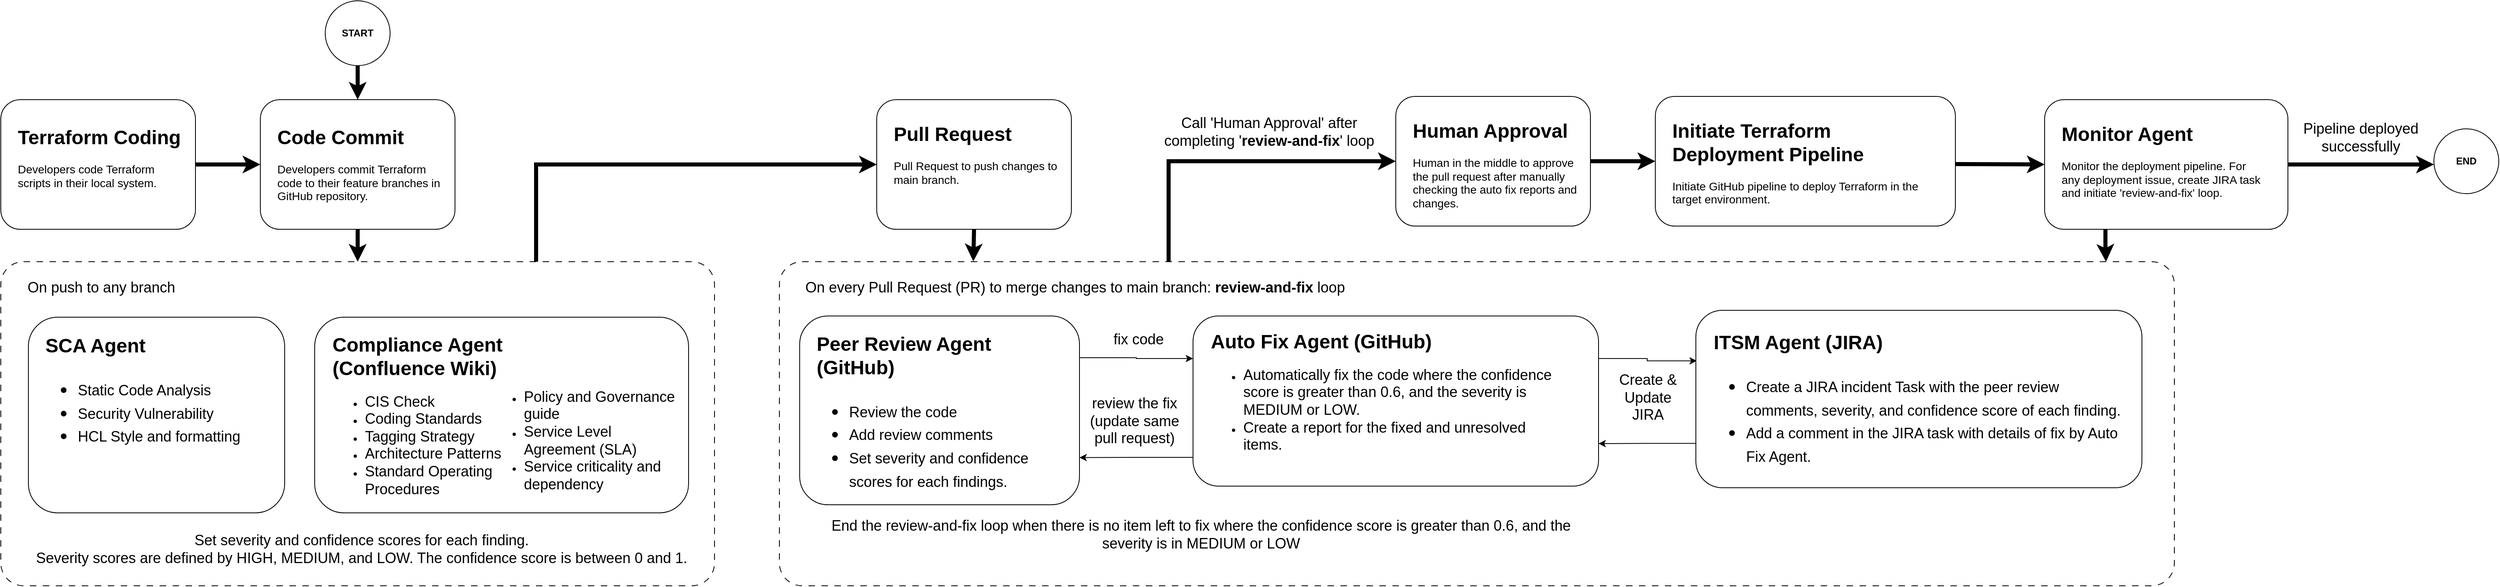
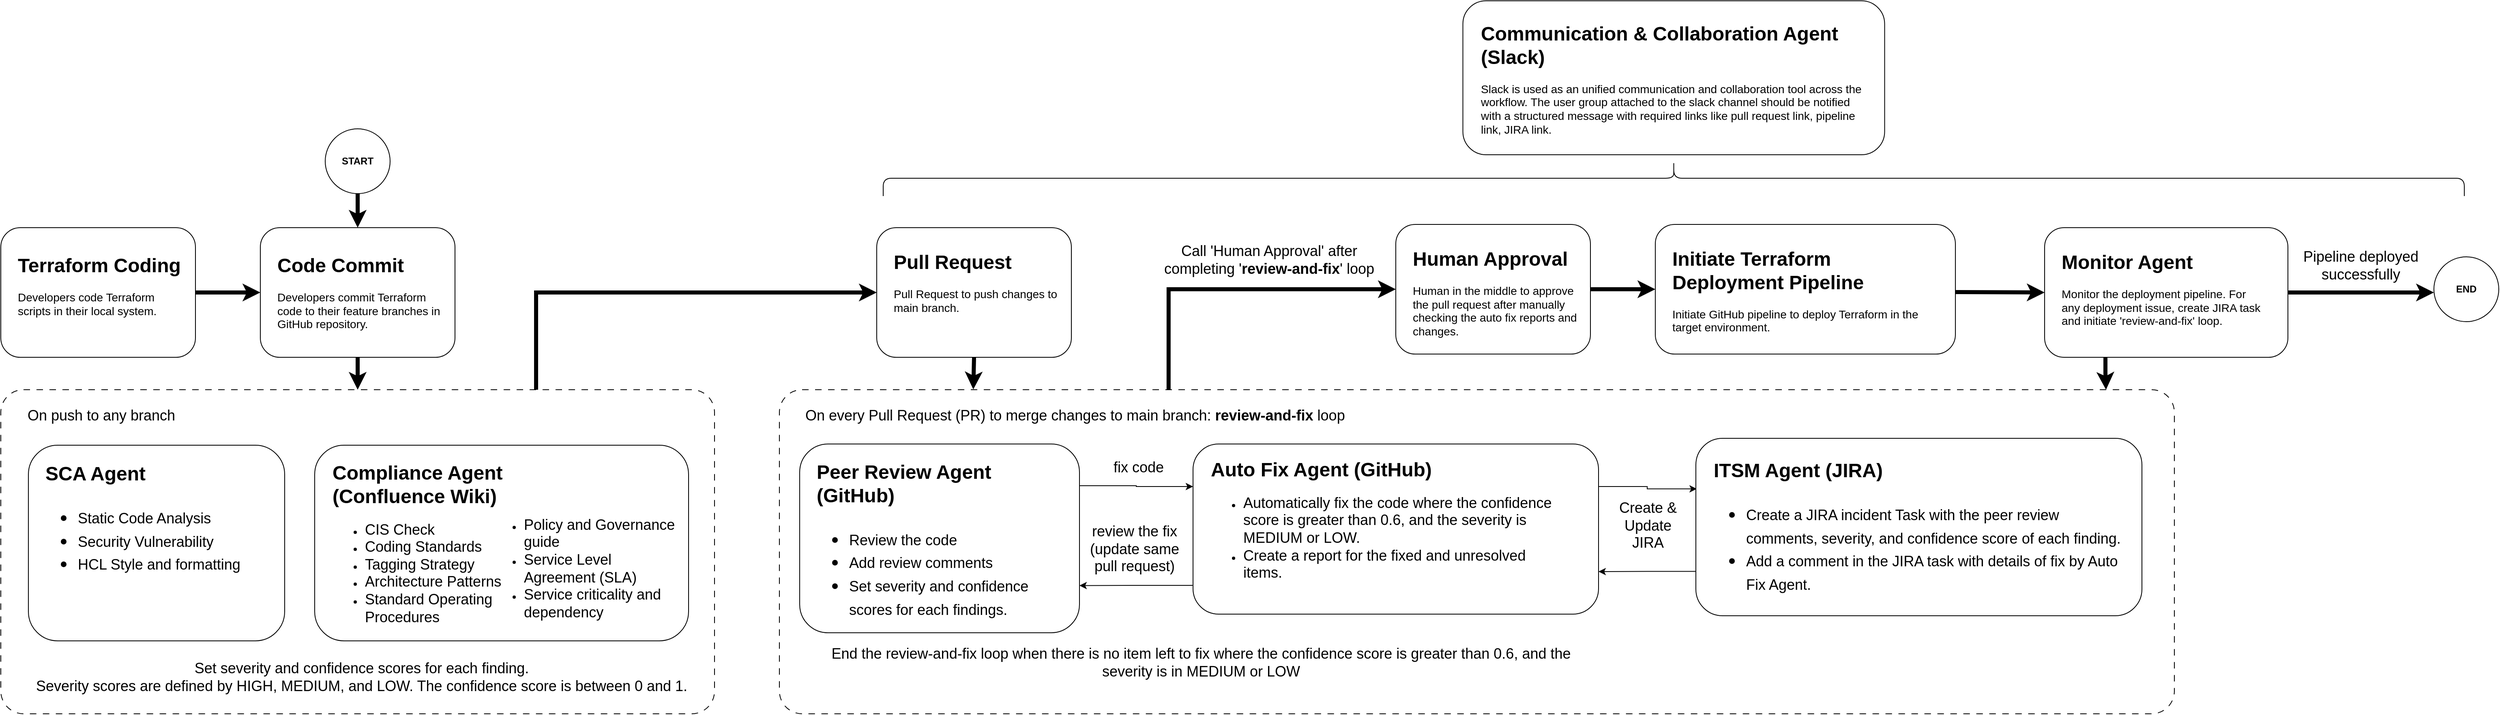
<mxfile host="app.diagrams.net">
-   <diagram name="Page-1" id="llQ14HlxIDWXj9B5HY60">
-     <mxGraphModel dx="1006" dy="638" grid="1" gridSize="10" guides="1" tooltips="1" connect="1" arrows="1" fold="1" page="1" pageScale="1" pageWidth="850" pageHeight="1100" math="0" shadow="0">
+   <diagram name="process-flow" id="llQ14HlxIDWXj9B5HY60">
+     <mxGraphModel dx="1245" dy="1738" grid="1" gridSize="10" guides="1" tooltips="1" connect="1" arrows="1" fold="1" page="1" pageScale="1" pageWidth="850" pageHeight="1100" math="0" shadow="0">
      <root>
        <mxCell id="0" />
        <mxCell id="1" parent="0" />
        <mxCell id="IWc9zJM8tDhvkjJ2dRjy-13" edge="1" parent="1" source="IWc9zJM8tDhvkjJ2dRjy-5" style="edgeStyle=orthogonalEdgeStyle;rounded=0;orthogonalLoop=1;jettySize=auto;html=1;entryX=0;entryY=0.5;entryDx=0;entryDy=0;exitX=0.75;exitY=0;exitDx=0;exitDy=0;strokeWidth=5;" target="IWc9zJM8tDhvkjJ2dRjy-1">
          <mxGeometry relative="1" as="geometry" />
        </mxCell>
        <mxCell id="oJW8UGhNAXkty13G2p3x-1" parent="1" style="rounded=1;whiteSpace=wrap;html=1;" value="" vertex="1">
          <mxGeometry height="160" width="240" x="440" y="200" as="geometry" />
        </mxCell>
        <mxCell id="oJW8UGhNAXkty13G2p3x-3" parent="1" style="text;html=1;whiteSpace=wrap;overflow=hidden;rounded=0;" value="&lt;h1 style=&quot;margin-top: 0px;&quot;&gt;Code Commit&lt;/h1&gt;&lt;p&gt;&lt;font style=&quot;font-size: 14px;&quot;&gt;Developers commit Terraform code to their feature branches in GitHub repository.&lt;/font&gt;&lt;/p&gt;" vertex="1">
          <mxGeometry height="100" width="210" x="459" y="226" as="geometry" />
        </mxCell>
        <mxCell id="IWc9zJM8tDhvkjJ2dRjy-35" edge="1" parent="1" source="IWc9zJM8tDhvkjJ2dRjy-14" style="edgeStyle=orthogonalEdgeStyle;rounded=0;orthogonalLoop=1;jettySize=auto;html=1;entryX=0;entryY=0.5;entryDx=0;entryDy=0;exitX=0.279;exitY=0.025;exitDx=0;exitDy=0;exitPerimeter=0;strokeWidth=5;" target="IWc9zJM8tDhvkjJ2dRjy-33">
          <mxGeometry relative="1" as="geometry">
            <Array as="points">
              <mxPoint x="1560" y="276" />
            </Array>
          </mxGeometry>
        </mxCell>
        <mxCell id="IWc9zJM8tDhvkjJ2dRjy-1" parent="1" style="rounded=1;whiteSpace=wrap;html=1;" value="" vertex="1">
          <mxGeometry height="160" width="240" x="1200" y="200" as="geometry" />
        </mxCell>
        <mxCell id="IWc9zJM8tDhvkjJ2dRjy-2" parent="1" style="text;html=1;whiteSpace=wrap;overflow=hidden;rounded=0;" value="&lt;h1 style=&quot;margin-top: 0px;&quot;&gt;Pull Request&lt;/h1&gt;&lt;p&gt;&lt;font style=&quot;font-size: 14px;&quot;&gt;Pull Request to push changes to main branch.&lt;/font&gt;&lt;/p&gt;" vertex="1">
          <mxGeometry height="100" width="210" x="1219" y="222" as="geometry" />
        </mxCell>
        <mxCell id="IWc9zJM8tDhvkjJ2dRjy-12" edge="1" parent="1" source="IWc9zJM8tDhvkjJ2dRjy-3" style="edgeStyle=orthogonalEdgeStyle;rounded=0;orthogonalLoop=1;jettySize=auto;html=1;exitX=1;exitY=0.5;exitDx=0;exitDy=0;entryX=0;entryY=0.5;entryDx=0;entryDy=0;strokeWidth=5;" target="oJW8UGhNAXkty13G2p3x-1">
          <mxGeometry relative="1" as="geometry" />
        </mxCell>
        <mxCell id="IWc9zJM8tDhvkjJ2dRjy-3" parent="1" style="rounded=1;whiteSpace=wrap;html=1;" value="" vertex="1">
          <mxGeometry height="160" width="240" x="120" y="200" as="geometry" />
        </mxCell>
        <mxCell id="IWc9zJM8tDhvkjJ2dRjy-4" parent="1" style="text;html=1;whiteSpace=wrap;overflow=hidden;rounded=0;" value="&lt;h1 style=&quot;margin-top: 0px;&quot;&gt;Terraform Coding&lt;/h1&gt;&lt;p&gt;&lt;font style=&quot;font-size: 14px;&quot;&gt;Developers code Terraform scripts in their local system.&lt;/font&gt;&lt;/p&gt;" vertex="1">
          <mxGeometry height="100" width="210" x="139" y="226" as="geometry" />
        </mxCell>
        <mxCell id="IWc9zJM8tDhvkjJ2dRjy-5" parent="1" style="rounded=1;whiteSpace=wrap;html=1;arcSize=7;dashed=1;dashPattern=8 8;" value="" vertex="1">
          <mxGeometry height="400" width="880" x="120" y="400" as="geometry" />
        </mxCell>
        <mxCell id="IWc9zJM8tDhvkjJ2dRjy-6" parent="1" style="text;html=1;whiteSpace=wrap;strokeColor=none;fillColor=none;align=center;verticalAlign=middle;rounded=0;" value="&lt;font style=&quot;font-size: 18px;&quot;&gt;On push to any branch&lt;/font&gt;" vertex="1">
          <mxGeometry height="30" width="210" x="139" y="416.5" as="geometry" />
        </mxCell>
        <mxCell id="IWc9zJM8tDhvkjJ2dRjy-7" parent="1" style="rounded=1;whiteSpace=wrap;html=1;" value="" vertex="1">
          <mxGeometry height="241.5" width="316" x="154" y="468.5" as="geometry" />
        </mxCell>
        <mxCell id="IWc9zJM8tDhvkjJ2dRjy-8" parent="1" style="text;html=1;whiteSpace=wrap;overflow=hidden;rounded=0;" value="&lt;h1 style=&quot;margin-top: 0px;&quot;&gt;SCA Agent&lt;/h1&gt;&lt;h1 style=&quot;margin-top: 0px;&quot;&gt;&lt;p style=&quot;font-size: 12px; font-weight: 400;&quot;&gt;&lt;/p&gt;&lt;ul&gt;&lt;li&gt;&lt;span style=&quot;font-size: 18px; font-weight: normal;&quot;&gt;Static Code Analysis&lt;/span&gt;&lt;/li&gt;&lt;li&gt;&lt;span style=&quot;font-size: 18px; font-weight: normal;&quot;&gt;Security Vulnerability&lt;/span&gt;&lt;/li&gt;&lt;li&gt;&lt;span style=&quot;font-size: 18px; font-weight: normal;&quot;&gt;HCL Style and formatting&lt;/span&gt;&lt;/li&gt;&lt;/ul&gt;&lt;p&gt;&lt;/p&gt;&lt;/h1&gt;" vertex="1">
          <mxGeometry height="183" width="306" x="173" y="482.5" as="geometry" />
        </mxCell>
        <mxCell id="IWc9zJM8tDhvkjJ2dRjy-9" parent="1" style="rounded=1;whiteSpace=wrap;html=1;" value="" vertex="1">
          <mxGeometry height="241.5" width="461" x="507" y="468.5" as="geometry" />
        </mxCell>
        <mxCell id="IWc9zJM8tDhvkjJ2dRjy-10" parent="1" style="text;html=1;whiteSpace=wrap;overflow=hidden;rounded=0;" value="&lt;h1 style=&quot;margin-top: 0px;&quot;&gt;Compliance Agent (Confluence Wiki)&lt;/h1&gt;&lt;p&gt;&lt;/p&gt;&lt;ul&gt;&lt;li&gt;&lt;span style=&quot;font-size: 18px;&quot;&gt;CIS Check&lt;/span&gt;&lt;/li&gt;&lt;li&gt;&lt;span style=&quot;font-size: 18px;&quot;&gt;Coding Standards&lt;/span&gt;&lt;/li&gt;&lt;li&gt;&lt;span style=&quot;font-size: 18px;&quot;&gt;Tagging Strategy&lt;/span&gt;&lt;/li&gt;&lt;li&gt;&lt;span style=&quot;font-size: 18px;&quot;&gt;Architecture Patterns&lt;/span&gt;&lt;/li&gt;&lt;li&gt;&lt;span style=&quot;font-size: 18px;&quot;&gt;Standard Operating Procedures&lt;/span&gt;&lt;/li&gt;&lt;/ul&gt;&lt;p&gt;&lt;/p&gt;" vertex="1">
          <mxGeometry height="218.5" width="261" x="527" y="481.5" as="geometry" />
        </mxCell>
        <mxCell id="IWc9zJM8tDhvkjJ2dRjy-11" edge="1" parent="1" source="oJW8UGhNAXkty13G2p3x-1" style="edgeStyle=orthogonalEdgeStyle;rounded=0;orthogonalLoop=1;jettySize=auto;html=1;exitX=0.5;exitY=1;exitDx=0;exitDy=0;entryX=0.5;entryY=0;entryDx=0;entryDy=0;strokeWidth=5;" target="IWc9zJM8tDhvkjJ2dRjy-5">
          <mxGeometry relative="1" as="geometry" />
        </mxCell>
        <mxCell id="IWc9zJM8tDhvkjJ2dRjy-14" parent="1" style="rounded=1;whiteSpace=wrap;html=1;arcSize=7;dashed=1;dashPattern=8 8;" value="" vertex="1">
          <mxGeometry height="400" width="1720" x="1080" y="400" as="geometry" />
        </mxCell>
        <mxCell id="IWc9zJM8tDhvkjJ2dRjy-15" parent="1" style="text;html=1;whiteSpace=wrap;strokeColor=none;fillColor=none;align=left;verticalAlign=middle;rounded=0;" value="&lt;font style=&quot;font-size: 18px;&quot;&gt;On every Pull Request (PR) to merge changes to main branch: &lt;b&gt;review-and-fix &lt;/b&gt;loop&lt;/font&gt;" vertex="1">
          <mxGeometry height="30" width="740" x="1110" y="416.5" as="geometry" />
        </mxCell>
        <mxCell id="IWc9zJM8tDhvkjJ2dRjy-22" edge="1" parent="1" source="IWc9zJM8tDhvkjJ2dRjy-16" style="edgeStyle=orthogonalEdgeStyle;rounded=0;orthogonalLoop=1;jettySize=auto;html=1;exitX=1;exitY=0.221;exitDx=0;exitDy=0;entryX=0;entryY=0.25;entryDx=0;entryDy=0;exitPerimeter=0;" target="IWc9zJM8tDhvkjJ2dRjy-18">
          <mxGeometry relative="1" as="geometry" />
        </mxCell>
        <mxCell id="IWc9zJM8tDhvkjJ2dRjy-16" parent="1" style="rounded=1;whiteSpace=wrap;html=1;" value="" vertex="1">
          <mxGeometry height="233" width="345" x="1105" y="467" as="geometry" />
        </mxCell>
        <mxCell id="IWc9zJM8tDhvkjJ2dRjy-17" parent="1" style="text;html=1;whiteSpace=wrap;overflow=hidden;rounded=0;" value="&lt;h1 style=&quot;margin-top: 0px;&quot;&gt;Peer Review Agent (GitHub)&lt;/h1&gt;&lt;h1 style=&quot;margin-top: 0px;&quot;&gt;&lt;p style=&quot;font-size: 12px; font-weight: 400;&quot;&gt;&lt;/p&gt;&lt;ul&gt;&lt;li&gt;&lt;span style=&quot;font-size: 18px; font-weight: 400;&quot;&gt;Review the code&lt;/span&gt;&lt;/li&gt;&lt;li&gt;&lt;span style=&quot;font-size: 18px; font-weight: 400;&quot;&gt;Add review comments&lt;/span&gt;&lt;/li&gt;&lt;li&gt;&lt;span style=&quot;font-size: 18px; font-weight: 400;&quot;&gt;Set severity and confidence scores for each findings.&lt;/span&gt;&lt;/li&gt;&lt;/ul&gt;&lt;p&gt;&lt;/p&gt;&lt;/h1&gt;" vertex="1">
          <mxGeometry height="209" width="306" x="1124" y="481" as="geometry" />
        </mxCell>
        <mxCell id="IWc9zJM8tDhvkjJ2dRjy-23" edge="1" parent="1" source="IWc9zJM8tDhvkjJ2dRjy-18" style="edgeStyle=orthogonalEdgeStyle;rounded=0;orthogonalLoop=1;jettySize=auto;html=1;exitX=0;exitY=0.831;exitDx=0;exitDy=0;entryX=1;entryY=0.75;entryDx=0;entryDy=0;exitPerimeter=0;" target="IWc9zJM8tDhvkjJ2dRjy-16">
          <mxGeometry relative="1" as="geometry" />
        </mxCell>
        <mxCell id="IWc9zJM8tDhvkjJ2dRjy-31" edge="1" parent="1" source="IWc9zJM8tDhvkjJ2dRjy-18" style="edgeStyle=orthogonalEdgeStyle;rounded=0;orthogonalLoop=1;jettySize=auto;html=1;exitX=1;exitY=0.25;exitDx=0;exitDy=0;entryX=0.002;entryY=0.285;entryDx=0;entryDy=0;entryPerimeter=0;" target="IWc9zJM8tDhvkjJ2dRjy-27">
          <mxGeometry relative="1" as="geometry" />
        </mxCell>
        <mxCell id="IWc9zJM8tDhvkjJ2dRjy-18" parent="1" style="rounded=1;whiteSpace=wrap;html=1;" value="" vertex="1">
          <mxGeometry height="210" width="500" x="1590" y="467" as="geometry" />
        </mxCell>
        <mxCell id="IWc9zJM8tDhvkjJ2dRjy-19" parent="1" style="text;html=1;whiteSpace=wrap;overflow=hidden;rounded=0;" value="&lt;h1 style=&quot;margin-top: 0px;&quot;&gt;Auto Fix Agent (GitHub)&lt;/h1&gt;&lt;p&gt;&lt;/p&gt;&lt;ul&gt;&lt;li&gt;&lt;span style=&quot;font-size: 18px;&quot;&gt;Automatically fix the code where the confidence score is greater than 0.6, and the severity is MEDIUM or LOW.&amp;nbsp;&lt;/span&gt;&lt;/li&gt;&lt;li&gt;&lt;span style=&quot;font-size: 18px;&quot;&gt;Create a report for the fixed and unresolved items.&lt;/span&gt;&lt;/li&gt;&lt;/ul&gt;&lt;p&gt;&lt;/p&gt;" vertex="1">
          <mxGeometry height="192" width="440" x="1610" y="478" as="geometry" />
        </mxCell>
        <mxCell id="IWc9zJM8tDhvkjJ2dRjy-20" parent="1" style="text;whiteSpace=wrap;fontSize=18;align=center;" value="Set severity and confidence scores for each finding.&#xa;Severity scores are defined by HIGH, MEDIUM, and LOW. The confidence score is between 0 and 1." vertex="1">
          <mxGeometry height="50.5" width="830" x="150" y="726.5" as="geometry" />
        </mxCell>
        <mxCell id="IWc9zJM8tDhvkjJ2dRjy-21" edge="1" parent="1" source="IWc9zJM8tDhvkjJ2dRjy-1" style="edgeStyle=orthogonalEdgeStyle;rounded=0;orthogonalLoop=1;jettySize=auto;html=1;exitX=0.5;exitY=1;exitDx=0;exitDy=0;entryX=0.139;entryY=-0.001;entryDx=0;entryDy=0;entryPerimeter=0;strokeWidth=5;" target="IWc9zJM8tDhvkjJ2dRjy-14">
          <mxGeometry relative="1" as="geometry" />
        </mxCell>
        <mxCell id="IWc9zJM8tDhvkjJ2dRjy-24" parent="1" style="text;html=1;whiteSpace=wrap;strokeColor=none;fillColor=none;align=center;verticalAlign=middle;rounded=0;" value="&lt;font style=&quot;font-size: 18px;&quot;&gt;fix code&lt;/font&gt;" vertex="1">
          <mxGeometry height="30" width="82" x="1482" y="481" as="geometry" />
        </mxCell>
        <mxCell id="IWc9zJM8tDhvkjJ2dRjy-25" parent="1" style="text;html=1;whiteSpace=wrap;strokeColor=none;fillColor=none;align=center;verticalAlign=middle;rounded=0;" value="&lt;font style=&quot;font-size: 18px;&quot;&gt;review the fix (update same pull request)&lt;/font&gt;" vertex="1">
          <mxGeometry height="67" width="120" x="1458" y="563" as="geometry" />
        </mxCell>
        <mxCell id="IWc9zJM8tDhvkjJ2dRjy-26" parent="1" style="text;html=1;whiteSpace=wrap;strokeColor=none;fillColor=none;align=center;verticalAlign=middle;rounded=0;" value="&lt;font style=&quot;font-size: 18px;&quot;&gt;End the review-and-fix loop when there is no item left to fix where the confidence score is greater than 0.6, and the severity is in MEDIUM or LOW&lt;/font&gt;" vertex="1">
          <mxGeometry height="50" width="980" x="1110" y="711.5" as="geometry" />
        </mxCell>
        <mxCell id="IWc9zJM8tDhvkjJ2dRjy-30" edge="1" parent="1" source="IWc9zJM8tDhvkjJ2dRjy-27" style="edgeStyle=orthogonalEdgeStyle;rounded=0;orthogonalLoop=1;jettySize=auto;html=1;exitX=0;exitY=0.75;exitDx=0;exitDy=0;entryX=1;entryY=0.75;entryDx=0;entryDy=0;" target="IWc9zJM8tDhvkjJ2dRjy-18">
          <mxGeometry relative="1" as="geometry" />
        </mxCell>
        <mxCell id="IWc9zJM8tDhvkjJ2dRjy-27" parent="1" style="rounded=1;whiteSpace=wrap;html=1;" value="" vertex="1">
          <mxGeometry height="219" width="550" x="2210" y="460" as="geometry" />
        </mxCell>
        <mxCell id="IWc9zJM8tDhvkjJ2dRjy-28" parent="1" style="text;html=1;whiteSpace=wrap;overflow=hidden;rounded=0;" value="&lt;h1 style=&quot;margin-top: 0px;&quot;&gt;ITSM Agent (JIRA)&lt;/h1&gt;&lt;h1 style=&quot;margin-top: 0px;&quot;&gt;&lt;p style=&quot;font-size: 12px; font-weight: 400;&quot;&gt;&lt;/p&gt;&lt;ul&gt;&lt;li&gt;&lt;span style=&quot;font-size: 18px; font-weight: 400;&quot;&gt;Create a JIRA incident Task with the peer review comments, severity, and confidence score of each finding.&lt;/span&gt;&lt;/li&gt;&lt;li&gt;&lt;span style=&quot;font-size: 18px; font-weight: 400;&quot;&gt;Add a comment in the JIRA task with details of fix by Auto Fix Agent.&lt;/span&gt;&lt;/li&gt;&lt;/ul&gt;&lt;p&gt;&lt;/p&gt;&lt;/h1&gt;" vertex="1">
          <mxGeometry height="191" width="510" x="2230" y="479" as="geometry" />
        </mxCell>
        <mxCell id="IWc9zJM8tDhvkjJ2dRjy-32" parent="1" style="text;html=1;whiteSpace=wrap;strokeColor=none;fillColor=none;align=center;verticalAlign=middle;rounded=0;" value="&lt;font style=&quot;font-size: 18px;&quot;&gt;Create &amp;amp; Update JIRA&lt;/font&gt;" vertex="1">
          <mxGeometry height="57.5" width="102" x="2100" y="539" as="geometry" />
        </mxCell>
        <mxCell id="IWc9zJM8tDhvkjJ2dRjy-39" edge="1" parent="1" source="IWc9zJM8tDhvkjJ2dRjy-33" style="edgeStyle=orthogonalEdgeStyle;rounded=0;orthogonalLoop=1;jettySize=auto;html=1;exitX=1;exitY=0.5;exitDx=0;exitDy=0;entryX=0;entryY=0.5;entryDx=0;entryDy=0;strokeWidth=5;" target="IWc9zJM8tDhvkjJ2dRjy-37">
          <mxGeometry relative="1" as="geometry" />
        </mxCell>
        <mxCell id="IWc9zJM8tDhvkjJ2dRjy-33" parent="1" style="rounded=1;whiteSpace=wrap;html=1;" value="" vertex="1">
          <mxGeometry height="160" width="240" x="1840" y="196" as="geometry" />
        </mxCell>
        <mxCell id="IWc9zJM8tDhvkjJ2dRjy-34" parent="1" style="text;html=1;whiteSpace=wrap;overflow=hidden;rounded=0;" value="&lt;h1 style=&quot;margin-top: 0px;&quot;&gt;Human Approval&lt;/h1&gt;&lt;p&gt;&lt;font style=&quot;font-size: 14px;&quot;&gt;Human in the middle to approve the pull request after manually checking the auto fix reports and changes.&amp;nbsp;&lt;/font&gt;&lt;/p&gt;" vertex="1">
          <mxGeometry height="122" width="210" x="1859" y="218" as="geometry" />
        </mxCell>
        <mxCell id="IWc9zJM8tDhvkjJ2dRjy-36" parent="1" style="text;html=1;whiteSpace=wrap;strokeColor=none;fillColor=none;align=center;verticalAlign=middle;rounded=0;" value="&lt;font style=&quot;font-size: 18px;&quot;&gt;Call &#39;Human Approval&#39; after completing &#39;&lt;b&gt;review-and-fix&lt;/b&gt;&#39; loop&lt;/font&gt;" vertex="1">
          <mxGeometry height="60" width="268" x="1550" y="210" as="geometry" />
        </mxCell>
        <mxCell id="IWc9zJM8tDhvkjJ2dRjy-37" parent="1" style="rounded=1;whiteSpace=wrap;html=1;" value="" vertex="1">
          <mxGeometry height="160" width="370" x="2160" y="196" as="geometry" />
        </mxCell>
        <mxCell id="IWc9zJM8tDhvkjJ2dRjy-38" parent="1" style="text;html=1;whiteSpace=wrap;overflow=hidden;rounded=0;" value="&lt;h1 style=&quot;margin-top: 0px;&quot;&gt;Initiate Terraform Deployment Pipeline&lt;/h1&gt;&lt;p&gt;&lt;font style=&quot;font-size: 14px;&quot;&gt;Initiate GitHub pipeline to deploy Terraform in the target environment.&lt;/font&gt;&amp;nbsp;&amp;nbsp;&lt;/p&gt;" vertex="1">
          <mxGeometry height="112" width="341" x="2179" y="218" as="geometry" />
        </mxCell>
        <mxCell id="IWc9zJM8tDhvkjJ2dRjy-41" edge="1" parent="1" source="IWc9zJM8tDhvkjJ2dRjy-40" style="edgeStyle=orthogonalEdgeStyle;rounded=0;orthogonalLoop=1;jettySize=auto;html=1;exitX=0.5;exitY=1;exitDx=0;exitDy=0;entryX=0.5;entryY=0;entryDx=0;entryDy=0;strokeWidth=5;" target="oJW8UGhNAXkty13G2p3x-1">
          <mxGeometry relative="1" as="geometry" />
        </mxCell>
        <mxCell id="IWc9zJM8tDhvkjJ2dRjy-40" parent="1" style="ellipse;whiteSpace=wrap;html=1;aspect=fixed;fontStyle=1" value="START" vertex="1">
          <mxGeometry height="80" width="80" x="520" y="78" as="geometry" />
        </mxCell>
        <mxCell id="IWc9zJM8tDhvkjJ2dRjy-47" edge="1" parent="1" source="IWc9zJM8tDhvkjJ2dRjy-42" style="edgeStyle=orthogonalEdgeStyle;rounded=0;orthogonalLoop=1;jettySize=auto;html=1;exitX=1;exitY=0.5;exitDx=0;exitDy=0;strokeWidth=5;">
          <mxGeometry relative="1" as="geometry">
            <mxPoint x="3120" y="280" as="targetPoint" />
          </mxGeometry>
        </mxCell>
        <mxCell id="IWc9zJM8tDhvkjJ2dRjy-42" parent="1" style="rounded=1;whiteSpace=wrap;html=1;" value="" vertex="1">
          <mxGeometry height="160" width="300" x="2640" y="200" as="geometry" />
        </mxCell>
        <mxCell id="IWc9zJM8tDhvkjJ2dRjy-43" parent="1" style="text;html=1;whiteSpace=wrap;overflow=hidden;rounded=0;" value="&lt;h1 style=&quot;margin-top: 0px;&quot;&gt;Monitor Agent&lt;/h1&gt;&lt;p&gt;&lt;font style=&quot;font-size: 14px;&quot;&gt;Monitor the deployment pipeline.&amp;nbsp;&lt;span style=&quot;background-color: transparent; color: light-dark(rgb(0, 0, 0), rgb(255, 255, 255));&quot;&gt;F&lt;/span&gt;&lt;span style=&quot;background-color: transparent; color: light-dark(rgb(0, 0, 0), rgb(255, 255, 255));&quot;&gt;or any deployment issue, create JIRA task and initiate &#39;review-and-fix&#39; loop.&lt;/span&gt;&lt;/font&gt;&lt;/p&gt;" vertex="1">
          <mxGeometry height="112" width="251" x="2659" y="222" as="geometry" />
        </mxCell>
        <mxCell id="IWc9zJM8tDhvkjJ2dRjy-44" edge="1" parent="1" style="edgeStyle=orthogonalEdgeStyle;rounded=0;orthogonalLoop=1;jettySize=auto;html=1;exitX=1;exitY=0.5;exitDx=0;exitDy=0;entryX=0;entryY=0.5;entryDx=0;entryDy=0;strokeWidth=5;" target="IWc9zJM8tDhvkjJ2dRjy-42">
          <mxGeometry relative="1" as="geometry">
            <mxPoint x="2530" y="279.5" as="sourcePoint" />
            <mxPoint x="2610" y="279.5" as="targetPoint" />
          </mxGeometry>
        </mxCell>
        <mxCell id="IWc9zJM8tDhvkjJ2dRjy-45" edge="1" parent="1" source="IWc9zJM8tDhvkjJ2dRjy-42" style="edgeStyle=orthogonalEdgeStyle;rounded=0;orthogonalLoop=1;jettySize=auto;html=1;exitX=0.25;exitY=1;exitDx=0;exitDy=0;entryX=0.951;entryY=0;entryDx=0;entryDy=0;entryPerimeter=0;strokeWidth=5;" target="IWc9zJM8tDhvkjJ2dRjy-14">
          <mxGeometry relative="1" as="geometry" />
        </mxCell>
        <mxCell id="IWc9zJM8tDhvkjJ2dRjy-46" parent="1" style="ellipse;whiteSpace=wrap;html=1;aspect=fixed;fontStyle=1" value="END" vertex="1">
          <mxGeometry height="80" width="80" x="3120" y="236" as="geometry" />
        </mxCell>
        <mxCell id="IWc9zJM8tDhvkjJ2dRjy-48" parent="1" style="text;html=1;whiteSpace=wrap;strokeColor=none;fillColor=none;align=center;verticalAlign=middle;rounded=0;" value="&lt;font style=&quot;font-size: 18px;&quot;&gt;Pipeline deployed successfully&lt;/font&gt;" vertex="1">
          <mxGeometry height="57.5" width="160" x="2950" y="218" as="geometry" />
        </mxCell>
        <mxCell id="IWc9zJM8tDhvkjJ2dRjy-50" parent="1" style="text;html=1;whiteSpace=wrap;overflow=hidden;rounded=0;" value="&lt;h1 style=&quot;margin-top: 0px;&quot;&gt;&lt;br&gt;&lt;/h1&gt;&lt;ul&gt;&lt;li&gt;&lt;span style=&quot;font-size: 18px;&quot;&gt;Policy and Governance guide&lt;/span&gt;&lt;/li&gt;&lt;li&gt;&lt;span style=&quot;font-size: 18px;&quot;&gt;Service Level Agreement (SLA)&lt;/span&gt;&lt;/li&gt;&lt;li&gt;&lt;span style=&quot;font-size: 18px;&quot;&gt;Service criticality and dependency&lt;/span&gt;&lt;/li&gt;&lt;/ul&gt;&lt;p&gt;&lt;/p&gt;" vertex="1">
          <mxGeometry height="200" width="240" x="723" y="505" as="geometry" />
        </mxCell>
+         <mxCell id="IWc9zJM8tDhvkjJ2dRjy-51" parent="1" style="shape=curlyBracket;whiteSpace=wrap;html=1;rounded=1;labelPosition=left;verticalLabelPosition=middle;align=right;verticalAlign=middle;rotation=90;" value="" vertex="1">
+           <mxGeometry height="1949.5" width="44" x="2160.75" y="-835.75" as="geometry" />
+         </mxCell>
+         <mxCell id="IWc9zJM8tDhvkjJ2dRjy-52" parent="1" style="rounded=1;whiteSpace=wrap;html=1;" value="" vertex="1">
+           <mxGeometry height="190" width="520" x="1922.75" y="-80" as="geometry" />
+         </mxCell>
+         <mxCell id="IWc9zJM8tDhvkjJ2dRjy-53" parent="1" style="text;html=1;whiteSpace=wrap;overflow=hidden;rounded=0;" value="&lt;h1 style=&quot;margin-top: 0px;&quot;&gt;Communication &amp;amp; Collaboration Agent (Slack)&lt;/h1&gt;&lt;p&gt;&lt;font style=&quot;font-size: 14px;&quot;&gt;Slack is used as an unified communication and collaboration tool across the workflow. The user group attached to the slack channel should be notified with a structured message with required links like pull request link, pipeline link, JIRA link.&lt;/font&gt;&lt;/p&gt;" vertex="1">
+           <mxGeometry height="154" width="480" x="1942.75" y="-60" as="geometry" />
+         </mxCell>
      </root>
    </mxGraphModel>
  </diagram>
</mxfile>
